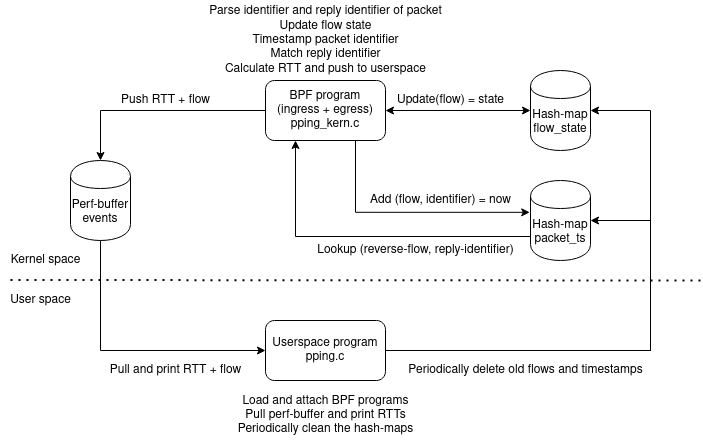
xdp-project/bpf-examples keeps this draw.io diagram as pping/eBPF_pping_design.png. Above is the earlier version. Source tidied: cells renumbered, new cells last; positions are measured from the earlier drawing's top-left corner, leaving out a move shared by most shapes.
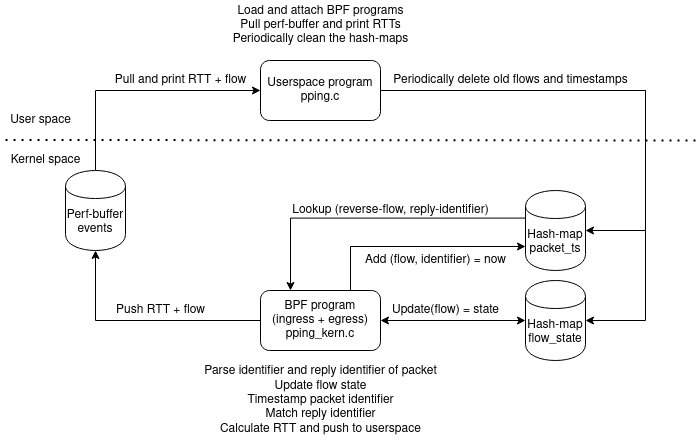
Above is the later version.

Commit message:
pping: Update design figure

Flip the old design figure upside down, so that the userspace part
ends up on top and the kernel space part in the bottom.

What changed in the source:
```diff
@@ -2,91 +2,101 @@
   <root>
     <mxCell id="0" />
     <mxCell id="1" parent="0" />
-    <mxCell id="2" style="edgeStyle=orthogonalEdgeStyle;rounded=0;jettySize=auto;html=1;exitX=0.75;exitY=1;exitDx=0;exitDy=0;entryX=-0.013;entryY=0.398;entryDx=0;entryDy=0;entryPerimeter=0;" parent="1" edge="1" source="4" target="10">
-      <mxGeometry relative="1" as="geometry" />
+    <mxCell id="2" style="edgeStyle=orthogonalEdgeStyle;rounded=0;jettySize=auto;html=1;exitX=0.75;exitY=0;exitDx=0;exitDy=0;entryX=0;entryY=0.7;entryDx=0;entryDy=0;" parent="1" edge="1" source="4" target="10">
+      <mxGeometry relative="1" as="geometry">
+        <Array as="points">
+          <mxPoint x="430" y="26" />
+        </Array>
+      </mxGeometry>
     </mxCell>
     <mxCell id="3" style="edgeStyle=orthogonalEdgeStyle;rounded=0;jettySize=auto;html=1;exitX=1;exitY=0.5;exitDx=0;exitDy=0;entryX=0;entryY=0.5;entryDx=0;entryDy=0;startArrow=classic;startFill=1;" parent="1" edge="1" source="4" target="18">
       <mxGeometry relative="1" as="geometry" />
     </mxCell>
     <mxCell id="4" value="&lt;div&gt;BPF program&lt;br&gt;(ingress + egress)&lt;br&gt;&lt;/div&gt;&lt;div&gt;pping_kern.c&lt;/div&gt;" style="rounded=1;whiteSpace=wrap;html=1;" parent="1" vertex="1">
-      <mxGeometry x="265" y="80" width="120" height="60" as="geometry" />
+      <mxGeometry x="340" y="70" width="120" height="60" as="geometry" />
     </mxCell>
-    <mxCell id="5" style="edgeStyle=orthogonalEdgeStyle;rounded=0;jettySize=auto;html=1;exitX=0;exitY=0.5;exitDx=0;exitDy=0;entryX=0.5;entryY=0;entryDx=0;entryDy=0;" parent="1" edge="1" source="4" target="20">
+    <mxCell id="5" style="edgeStyle=orthogonalEdgeStyle;rounded=0;jettySize=auto;html=1;exitX=0;exitY=0.5;exitDx=0;exitDy=0;entryX=0.5;entryY=1;entryDx=0;entryDy=0;" parent="1" edge="1" source="4" target="20">
       <mxGeometry relative="1" as="geometry" />
     </mxCell>
     <mxCell id="6" style="edgeStyle=orthogonalEdgeStyle;rounded=0;jettySize=auto;html=1;entryX=1;entryY=0.5;entryDx=0;entryDy=0;startArrow=none;startFill=0;exitX=1;exitY=0.5;exitDx=0;exitDy=0;" parent="1" edge="1" source="8" target="10">
       <mxGeometry relative="1" as="geometry">
         <Array as="points">
-          <mxPoint x="650" y="350" />
-          <mxPoint x="650" y="220" />
+          <mxPoint x="725" y="-130" />
+          <mxPoint x="725" y="10" />
         </Array>
       </mxGeometry>
     </mxCell>
     <mxCell id="7" style="edgeStyle=orthogonalEdgeStyle;rounded=0;jettySize=auto;html=1;startArrow=none;startFill=0;exitX=1;exitY=0.5;exitDx=0;exitDy=0;entryX=1;entryY=0.5;entryDx=0;entryDy=0;" parent="1" edge="1" source="8" target="18">
       <mxGeometry relative="1" as="geometry">
         <Array as="points">
-          <mxPoint x="650" y="350" />
-          <mxPoint x="650" y="110" />
+          <mxPoint x="725" y="-130" />
+          <mxPoint x="725" y="100" />
         </Array>
       </mxGeometry>
     </mxCell>
     <mxCell id="8" value="&lt;div&gt;Userspace program&lt;br&gt;pping.c&lt;/div&gt;" style="rounded=1;whiteSpace=wrap;html=1;" parent="1" vertex="1">
-      <mxGeometry x="265" y="320" width="120" height="60" as="geometry" />
+      <mxGeometry x="340" y="-160" width="120" height="60" as="geometry" />
     </mxCell>
-    <mxCell id="9" style="edgeStyle=orthogonalEdgeStyle;rounded=0;jettySize=auto;html=1;entryX=0.25;entryY=1;entryDx=0;entryDy=0;exitX=0;exitY=0.7;exitDx=0;exitDy=0;" parent="1" edge="1" source="10" target="4">
+    <mxCell id="9" style="edgeStyle=orthogonalEdgeStyle;rounded=0;jettySize=auto;html=1;entryX=0.25;entryY=0;entryDx=0;entryDy=0;exitX=0;exitY=0.345;exitDx=0;exitDy=0;exitPerimeter=0;" parent="1" edge="1" source="10" target="4">
       <mxGeometry relative="1" as="geometry">
         <Array as="points">
-          <mxPoint x="295" y="236" />
+          <mxPoint x="370" y="-2" />
         </Array>
       </mxGeometry>
     </mxCell>
     <mxCell id="10" value="Hash-map&lt;br&gt;packet_ts" style="shape=cylinder;whiteSpace=wrap;html=1;boundedLbl=1;backgroundOutline=1;" parent="1" vertex="1">
-      <mxGeometry x="530" y="180" width="60" height="80" as="geometry" />
+      <mxGeometry x="605" y="-30" width="60" height="80" as="geometry" />
     </mxCell>
-    <mxCell id="11" style="edgeStyle=orthogonalEdgeStyle;rounded=0;jettySize=auto;html=1;exitX=0.5;exitY=1;exitDx=0;exitDy=0;entryX=0;entryY=0.5;entryDx=0;entryDy=0;" parent="1" edge="1" source="20" target="8">
+    <mxCell id="11" style="edgeStyle=orthogonalEdgeStyle;rounded=0;jettySize=auto;html=1;exitX=0.5;exitY=0;exitDx=0;exitDy=0;entryX=0;entryY=0.5;entryDx=0;entryDy=0;" parent="1" edge="1" source="20" target="8">
       <mxGeometry relative="1" as="geometry" />
     </mxCell>
     <mxCell id="12" value="Add (flow, identifier) = now" style="text;html=1;align=center;verticalAlign=middle;" parent="1" vertex="1">
-      <mxGeometry x="360" y="190" width="160" height="20" as="geometry" />
+      <mxGeometry x="435" y="30" width="160" height="20" as="geometry" />
     </mxCell>
     <mxCell id="13" value="Push RTT + flow" style="text;html=1;align=center;verticalAlign=middle;" parent="1" vertex="1">
-      <mxGeometry x="115" y="90" width="100" height="20" as="geometry" />
+      <mxGeometry x="190" y="80" width="100" height="20" as="geometry" />
     </mxCell>
     <mxCell id="14" value="Pull and print RTT + flow" style="text;html=1;align=center;verticalAlign=middle;" parent="1" vertex="1">
-      <mxGeometry x="100" y="360" width="150" height="20" as="geometry" />
+      <mxGeometry x="185" y="-150" width="150" height="20" as="geometry" />
     </mxCell>
     <mxCell id="15" value="&lt;div&gt;Parse identifier and reply identifier of packet&lt;/div&gt;&lt;div&gt;Update flow state&lt;br&gt;&lt;/div&gt;&lt;div&gt;Timestamp packet identifier&lt;/div&gt;&lt;div&gt;Match reply identifier&lt;/div&gt;&lt;div&gt;Calculate RTT and push to userspace&lt;br&gt;&lt;/div&gt;" style="text;html=1;align=center;verticalAlign=middle;" parent="1" vertex="1">
-      <mxGeometry x="200" width="250" height="80" as="geometry" />
+      <mxGeometry x="275" y="140" width="250" height="80" as="geometry" />
     </mxCell>
     <mxCell id="16" value="&lt;div&gt;Periodically delete old flows and timestamps&lt;/div&gt;" style="text;html=1;align=center;verticalAlign=middle;" parent="1" vertex="1">
-      <mxGeometry x="400" y="360" width="250" height="20" as="geometry" />
+      <mxGeometry x="465" y="-150" width="250" height="20" as="geometry" />
     </mxCell>
     <mxCell id="17" value="Load and attach BPF programs&lt;br&gt;Pull perf-buffer and print RTTs&lt;br&gt;Periodically clean the hash-maps" style="text;html=1;align=center;verticalAlign=middle;" parent="1" vertex="1">
-      <mxGeometry x="230" y="390" width="190" height="50" as="geometry" />
+      <mxGeometry x="305" y="-220" width="190" height="50" as="geometry" />
     </mxCell>
     <mxCell id="18" value="Hash-map&lt;br&gt;flow_state" style="shape=cylinder;whiteSpace=wrap;html=1;boundedLbl=1;backgroundOutline=1;" parent="1" vertex="1">
-      <mxGeometry x="530" y="70" width="60" height="80" as="geometry" />
+      <mxGeometry x="605" y="60" width="60" height="80" as="geometry" />
     </mxCell>
     <mxCell id="19" value="Update(flow) = state" style="text;html=1;align=center;verticalAlign=middle;" parent="1" vertex="1">
-      <mxGeometry x="390" y="90" width="120" height="20" as="geometry" />
+      <mxGeometry x="465" y="80" width="120" height="20" as="geometry" />
     </mxCell>
     <mxCell id="20" value="Perf-buffer&lt;br&gt;events" style="shape=cylinder;whiteSpace=wrap;html=1;boundedLbl=1;backgroundOutline=1;" parent="1" vertex="1">
-      <mxGeometry x="70" y="160" width="60" height="80" as="geometry" />
+      <mxGeometry x="145" y="-50" width="60" height="80" as="geometry" />
     </mxCell>
     <mxCell id="21" style="endArrow=none;dashed=1;html=1;dashPattern=1 3;strokeWidth=2;" parent="1" edge="1">
       <mxGeometry relative="1" as="geometry">
-        <mxPoint x="10" y="279.5" as="sourcePoint" />
-        <mxPoint x="700" y="280" as="targetPoint" />
+        <mxPoint x="85" y="-80.5" as="sourcePoint" />
+        <mxPoint x="775" y="-80" as="targetPoint" />
       </mxGeometry>
     </mxCell>
     <mxCell id="22" value="Kernel space" style="text;html=1;align=center;verticalAlign=middle;" parent="1" vertex="1">
-      <mxGeometry y="250" width="90" height="20" as="geometry" />
+      <mxGeometry x="80" y="-70" width="90" height="20" as="geometry" />
     </mxCell>
     <mxCell id="23" value="User space" style="text;html=1;align=center;verticalAlign=middle;" parent="1" vertex="1">
-      <mxGeometry y="290" width="80" height="20" as="geometry" />
+      <mxGeometry x="80" y="-110" width="80" height="20" as="geometry" />
     </mxCell>
     <mxCell id="24" value="Lookup (reverse-flow, reply-identifier)" style="text;html=1;align=center;verticalAlign=middle;strokeColor=none;" parent="1" vertex="1">
-      <mxGeometry x="310" y="240" width="210" height="20" as="geometry" />
+      <mxGeometry x="365" y="-20" width="210" height="20" as="geometry" />
     </mxCell>
+    <mxCell id="25" style="endArrow=none;dashed=1;html=1;strokeColor=#FFFFFF;" parent="1" edge="1">
+      <mxGeometry relative="1" as="geometry">
+        <mxPoint x="345" y="220" as="sourcePoint" />
+        <mxPoint x="435" y="220" as="targetPoint" />
+      </mxGeometry>
+    </mxCell>
   </root>
 </mxGraphModel>
```
